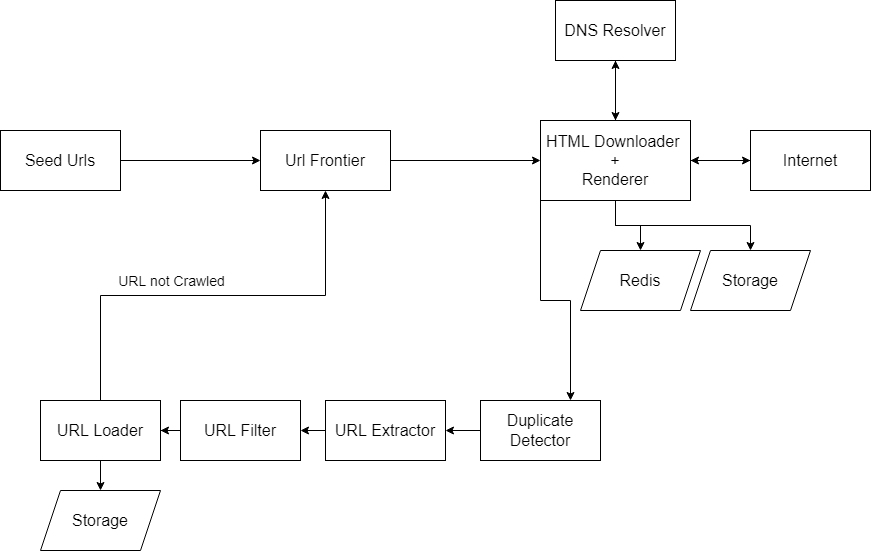
This is System Design/Images/Web_Crawler.drawio.png from sidhant293/Essential-Algorithms, a draw.io export, as it was before one commit. Source tidied: cells renumbered, new cells last; positions are measured from the earlier drawing's top-left corner, leaving out a move shared by most shapes. The source it was exported from:
```xml
<mxGraphModel>
  <root>
    <mxCell id="0" />
    <mxCell id="1" parent="0" />
    <mxCell id="2" style="edgeStyle=orthogonalEdgeStyle;rounded=0;jettySize=auto;html=1;fontSize=14;" parent="1" edge="1" source="3" target="5">
      <mxGeometry relative="1" as="geometry" />
    </mxCell>
    <mxCell id="3" value="&lt;font size=&quot;3&quot;&gt;Seed Urls&lt;/font&gt;" style="rounded=0;whiteSpace=wrap;html=1;" parent="1" vertex="1">
      <mxGeometry y="130" width="120" height="60" as="geometry" />
    </mxCell>
    <mxCell id="4" style="edgeStyle=orthogonalEdgeStyle;rounded=0;jettySize=auto;html=1;fontSize=14;" parent="1" edge="1" source="5" target="11">
      <mxGeometry relative="1" as="geometry" />
    </mxCell>
    <mxCell id="5" value="&lt;font size=&quot;3&quot;&gt;Url Frontier&lt;/font&gt;" style="whiteSpace=wrap;html=1;rounded=0;" parent="1" vertex="1">
      <mxGeometry x="260" y="130" width="130" height="60" as="geometry" />
    </mxCell>
    <mxCell id="6" style="edgeStyle=orthogonalEdgeStyle;rounded=0;jettySize=auto;html=1;fontSize=14;" parent="1" edge="1" source="11" target="13">
      <mxGeometry relative="1" as="geometry" />
    </mxCell>
    <mxCell id="7" style="edgeStyle=orthogonalEdgeStyle;rounded=0;jettySize=auto;html=1;fontSize=14;" parent="1" edge="1" source="11" target="15">
      <mxGeometry relative="1" as="geometry" />
    </mxCell>
    <mxCell id="8" style="edgeStyle=orthogonalEdgeStyle;rounded=0;jettySize=auto;html=1;fontSize=14;" parent="1" edge="1" source="11" target="16">
      <mxGeometry relative="1" as="geometry" />
    </mxCell>
    <mxCell id="9" style="edgeStyle=orthogonalEdgeStyle;rounded=0;jettySize=auto;html=1;fontSize=14;" parent="1" edge="1" source="11" target="17">
      <mxGeometry relative="1" as="geometry" />
    </mxCell>
    <mxCell id="10" style="edgeStyle=orthogonalEdgeStyle;rounded=0;jettySize=auto;html=1;exitX=0;exitY=1;exitDx=0;exitDy=0;entryX=0.75;entryY=0;entryDx=0;entryDy=0;fontSize=14;" parent="1" edge="1" source="11" target="19">
      <mxGeometry relative="1" as="geometry" />
    </mxCell>
    <mxCell id="11" value="&lt;font size=&quot;3&quot;&gt;HTML Downloader &lt;br&gt;+&lt;br&gt;Renderer&lt;br&gt;&lt;/font&gt;" style="whiteSpace=wrap;html=1;rounded=0;" parent="1" vertex="1">
      <mxGeometry x="540" y="120" width="150" height="80" as="geometry" />
    </mxCell>
    <mxCell id="12" style="edgeStyle=orthogonalEdgeStyle;rounded=0;jettySize=auto;html=1;exitX=0.5;exitY=1;exitDx=0;exitDy=0;fontSize=14;entryX=0.5;entryY=0;entryDx=0;entryDy=0;" parent="1" edge="1" source="13" target="11">
      <mxGeometry relative="1" as="geometry" />
    </mxCell>
    <mxCell id="13" value="&lt;font size=&quot;3&quot;&gt;DNS Resolver&lt;/font&gt;" style="whiteSpace=wrap;html=1;rounded=0;" parent="1" vertex="1">
      <mxGeometry x="555" width="120" height="60" as="geometry" />
    </mxCell>
    <mxCell id="14" style="edgeStyle=orthogonalEdgeStyle;rounded=0;jettySize=auto;html=1;exitX=0;exitY=0.5;exitDx=0;exitDy=0;entryX=1;entryY=0.5;entryDx=0;entryDy=0;fontSize=14;" parent="1" edge="1" source="15" target="11">
      <mxGeometry relative="1" as="geometry" />
    </mxCell>
    <mxCell id="15" value="&lt;font size=&quot;3&quot;&gt;Internet&lt;/font&gt;" style="whiteSpace=wrap;html=1;rounded=0;" parent="1" vertex="1">
      <mxGeometry x="750" y="130" width="120" height="60" as="geometry" />
    </mxCell>
    <mxCell id="16" value="&lt;font size=&quot;3&quot;&gt;Storage&lt;/font&gt;" style="shape=parallelogram;perimeter=parallelogramPerimeter;whiteSpace=wrap;html=1;fixedSize=1;rounded=0;" parent="1" vertex="1">
      <mxGeometry x="690" y="250" width="120" height="60" as="geometry" />
    </mxCell>
    <mxCell id="17" value="&lt;font size=&quot;3&quot;&gt;Redis&lt;/font&gt;" style="shape=parallelogram;perimeter=parallelogramPerimeter;whiteSpace=wrap;html=1;fixedSize=1;rounded=0;" parent="1" vertex="1">
      <mxGeometry x="580" y="250" width="120" height="60" as="geometry" />
    </mxCell>
    <mxCell id="18" style="edgeStyle=orthogonalEdgeStyle;rounded=0;jettySize=auto;html=1;fontSize=14;" parent="1" edge="1" source="19" target="21">
      <mxGeometry relative="1" as="geometry" />
    </mxCell>
    <mxCell id="19" value="&lt;font size=&quot;3&quot;&gt;Duplicate Detector&lt;/font&gt;" style="whiteSpace=wrap;html=1;rounded=0;" parent="1" vertex="1">
      <mxGeometry x="480" y="400" width="120" height="60" as="geometry" />
    </mxCell>
    <mxCell id="20" style="edgeStyle=orthogonalEdgeStyle;rounded=0;jettySize=auto;html=1;fontSize=14;" parent="1" edge="1" source="21" target="23">
      <mxGeometry relative="1" as="geometry" />
    </mxCell>
    <mxCell id="21" value="&lt;font size=&quot;3&quot;&gt;URL Extractor&lt;/font&gt;" style="whiteSpace=wrap;html=1;rounded=0;" parent="1" vertex="1">
      <mxGeometry x="325" y="400" width="120" height="60" as="geometry" />
    </mxCell>
    <mxCell id="22" style="edgeStyle=orthogonalEdgeStyle;rounded=0;jettySize=auto;html=1;fontSize=14;" parent="1" edge="1" source="23" target="27">
      <mxGeometry relative="1" as="geometry" />
    </mxCell>
    <mxCell id="23" value="&lt;font size=&quot;3&quot;&gt;URL Filter&lt;/font&gt;" style="whiteSpace=wrap;html=1;rounded=0;" parent="1" vertex="1">
      <mxGeometry x="180" y="400" width="120" height="60" as="geometry" />
    </mxCell>
    <mxCell id="24" style="edgeStyle=orthogonalEdgeStyle;rounded=0;jettySize=auto;html=1;fontSize=14;" parent="1" edge="1" source="27" target="28">
      <mxGeometry relative="1" as="geometry" />
    </mxCell>
    <mxCell id="25" style="edgeStyle=orthogonalEdgeStyle;rounded=0;jettySize=auto;html=1;exitX=0.5;exitY=0;exitDx=0;exitDy=0;entryX=0.5;entryY=1;entryDx=0;entryDy=0;fontSize=14;" parent="1" edge="1" source="27" target="5">
      <mxGeometry relative="1" as="geometry" />
    </mxCell>
    <mxCell id="26" value="URL not Crawled" style="edgeLabel;html=1;align=center;verticalAlign=middle;fontSize=14;" parent="25" vertex="1">
      <mxGeometry x="-0.3" y="-5" relative="1" as="geometry">
        <mxPoint x="22" y="-20" as="offset" />
      </mxGeometry>
    </mxCell>
    <mxCell id="27" value="&lt;font size=&quot;3&quot;&gt;URL Loader&lt;/font&gt;" style="whiteSpace=wrap;html=1;rounded=0;" parent="1" vertex="1">
      <mxGeometry x="40" y="400" width="120" height="60" as="geometry" />
    </mxCell>
    <mxCell id="28" value="&lt;font size=&quot;3&quot;&gt;Storage&lt;/font&gt;" style="shape=parallelogram;perimeter=parallelogramPerimeter;whiteSpace=wrap;html=1;fixedSize=1;rounded=0;" parent="1" vertex="1">
      <mxGeometry x="40" y="490" width="120" height="60" as="geometry" />
    </mxCell>
  </root>
</mxGraphModel>
```
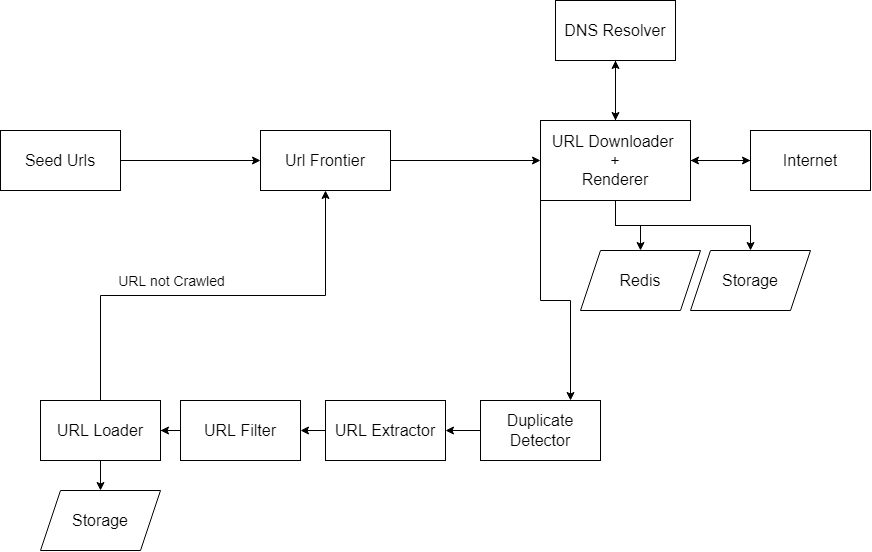
After the commit.

What changed in the source:
```diff
@@ -29,7 +29,7 @@
     <mxCell id="10" style="edgeStyle=orthogonalEdgeStyle;rounded=0;jettySize=auto;html=1;exitX=0;exitY=1;exitDx=0;exitDy=0;entryX=0.75;entryY=0;entryDx=0;entryDy=0;fontSize=14;" parent="1" edge="1" source="11" target="19">
       <mxGeometry relative="1" as="geometry" />
     </mxCell>
-    <mxCell id="11" value="&lt;font size=&quot;3&quot;&gt;HTML Downloader &lt;br&gt;+&lt;br&gt;Renderer&lt;br&gt;&lt;/font&gt;" style="whiteSpace=wrap;html=1;rounded=0;" parent="1" vertex="1">
+    <mxCell id="11" value="&lt;font size=&quot;3&quot;&gt;URL Downloader &lt;br&gt;+&lt;br&gt;Renderer&lt;br&gt;&lt;/font&gt;" style="whiteSpace=wrap;html=1;rounded=0;" parent="1" vertex="1">
       <mxGeometry x="540" y="120" width="150" height="80" as="geometry" />
     </mxCell>
     <mxCell id="12" style="edgeStyle=orthogonalEdgeStyle;rounded=0;jettySize=auto;html=1;exitX=0.5;exitY=1;exitDx=0;exitDy=0;fontSize=14;entryX=0.5;entryY=0;entryDx=0;entryDy=0;" parent="1" edge="1" source="13" target="11">
```
